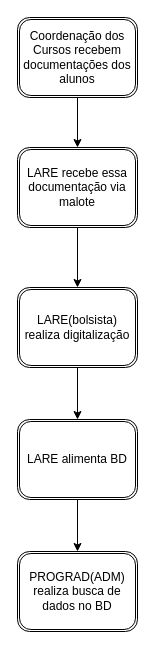
Before: tcc/Fluxograma 2.drawio in mymarol/TCC, a draw.io diagram. Source tidied: cells renumbered, new cells numbered last; positions are measured from the earlier drawing's top-left corner, leaving out a move shared by most shapes. Both pictures are drawn from the tidied source at 100%, with x=0, y=0 at pixel (17, 17).
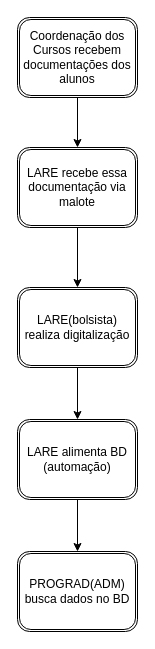
The same page after the edit.

The edit, as a diff of the source:
```diff
@@
 <mxGraphModel>
   <root>
     <mxCell id="0" />
     <mxCell id="1" parent="0" />
     <mxCell id="2" value="Coordenação dos Cursos recebem documentações dos alunos" style="shape=ext;double=1;rounded=1;whiteSpace=wrap;html=1;" parent="1" vertex="1">
       <mxGeometry width="120" height="80" as="geometry" />
     </mxCell>
     <mxCell id="3" value="LARE recebe essa documentação via malote" style="shape=ext;double=1;rounded=1;whiteSpace=wrap;html=1;" parent="1" vertex="1">
       <mxGeometry y="130" width="120" height="80" as="geometry" />
     </mxCell>
     <mxCell id="4" value="&lt;div&gt;LARE(bolsista)&lt;/div&gt;&lt;div&gt;realiza digitalização&lt;br&gt;&lt;/div&gt;" style="shape=ext;double=1;rounded=1;whiteSpace=wrap;html=1;" parent="1" vertex="1">
       <mxGeometry y="270" width="120" height="80" as="geometry" />
     </mxCell>
-    <mxCell id="5" value="LARE alimenta BD" style="shape=ext;double=1;rounded=1;whiteSpace=wrap;html=1;" parent="1" vertex="1">
+    <mxCell id="5" value="&lt;div&gt;LARE alimenta BD&lt;/div&gt;&lt;div&gt;(automação)&lt;br&gt;&lt;/div&gt;" style="shape=ext;double=1;rounded=1;whiteSpace=wrap;html=1;" parent="1" vertex="1">
       <mxGeometry y="402" width="120" height="80" as="geometry" />
     </mxCell>
-    <mxCell id="6" value="PROGRAD(ADM) realiza busca de dados no BD" style="shape=ext;double=1;rounded=1;whiteSpace=wrap;html=1;" parent="1" vertex="1">
+    <mxCell id="6" value="PROGRAD(ADM) busca dados no BD" style="shape=ext;double=1;rounded=1;whiteSpace=wrap;html=1;" parent="1" vertex="1">
       <mxGeometry y="534" width="120" height="80" as="geometry" />
     </mxCell>
     <mxCell id="7" style="endArrow=classic;html=1;exitX=0.5;exitY=1;exitDx=0;exitDy=0;" parent="1" edge="1" source="5">
       <mxGeometry relative="1" as="geometry">
         <mxPoint x="60" y="534" as="targetPoint" />
       </mxGeometry>
     </mxCell>
     <mxCell id="8" style="endArrow=classic;html=1;exitX=0.5;exitY=1;exitDx=0;exitDy=0;" parent="1" edge="1" source="4" target="5">
       <mxGeometry relative="1" as="geometry" />
     </mxCell>
     <mxCell id="9" style="endArrow=classic;html=1;exitX=0.5;exitY=1;exitDx=0;exitDy=0;" parent="1" edge="1" source="3" target="4">
       <mxGeometry relative="1" as="geometry" />
     </mxCell>
     <mxCell id="10" style="endArrow=classic;html=1;exitX=0.5;exitY=1;exitDx=0;exitDy=0;entryX=0.5;entryY=0;entryDx=0;entryDy=0;" parent="1" edge="1" source="2" target="3">
       <mxGeometry relative="1" as="geometry" />
     </mxCell>
   </root>
 </mxGraphModel>
```
